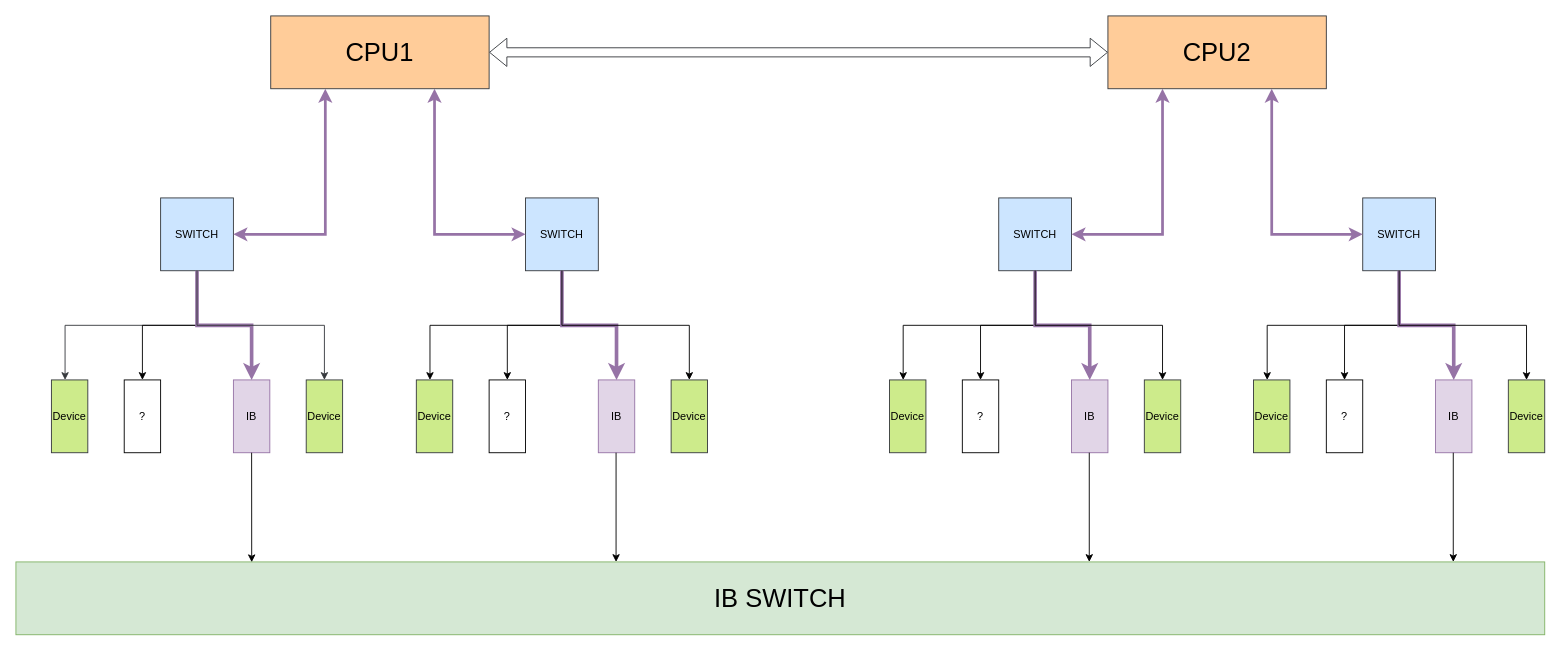
Above: OAM_net_ARC.drawio in BEYHHH/SBLP (draw.io), before the change. Source tidied: cells renumbered, new cells numbered last; positions are measured from the earlier drawing's top-left corner, leaving out a move shared by most shapes. Both pictures are drawn from the tidied source at 91%, with x=0, y=0 at pixel (15, 15).
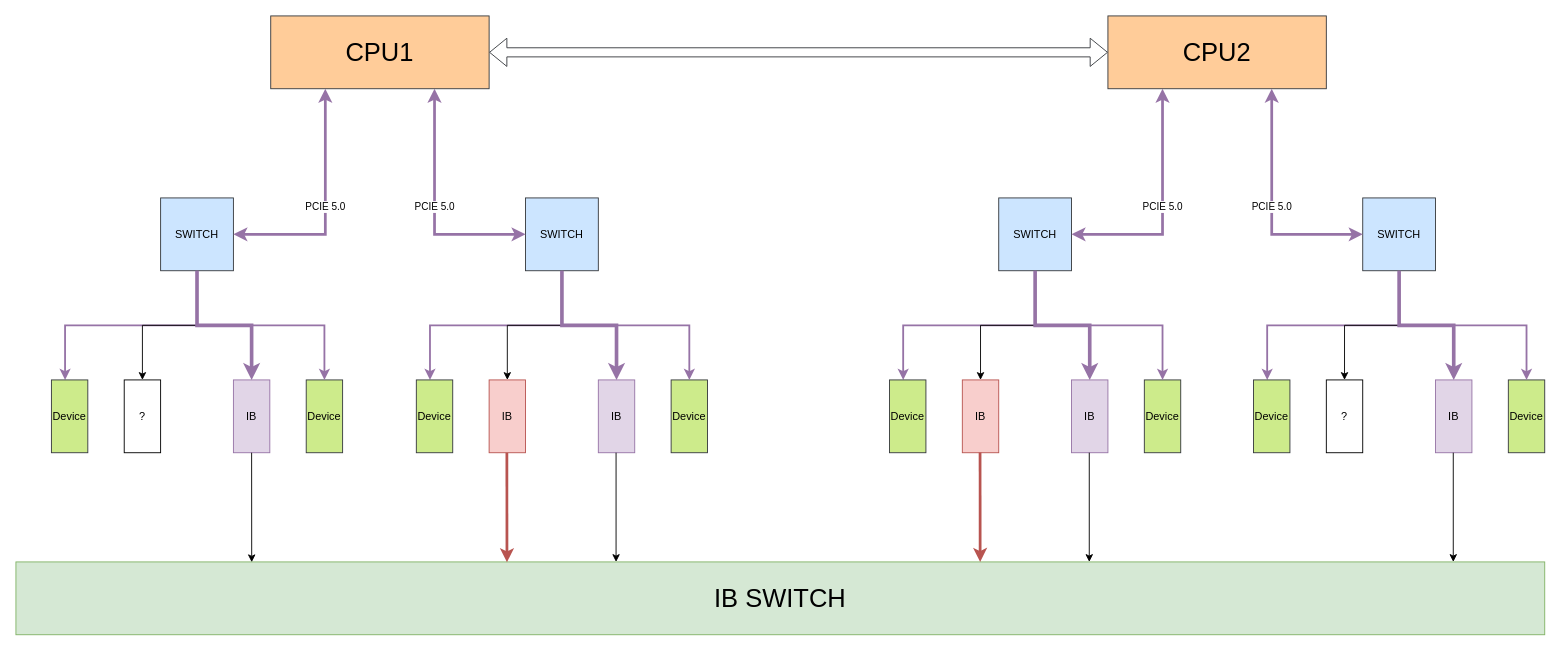
The same page after the edit.

The change refers to these unchanged cells:
```xml
<mxCell id="2" value="&lt;font style=&quot;font-size: 28px;&quot;&gt;CPU1&lt;/font&gt;" style="rounded=0;whiteSpace=wrap;html=1;fillColor=#ffcc99;strokeColor=#36393d;" parent="1" vertex="1">
  <mxGeometry x="280" width="240" height="80" as="geometry" />
</mxCell>
<mxCell id="5" value="SWITCH" style="rounded=0;whiteSpace=wrap;html=1;fillColor=#cce5ff;strokeColor=#36393d;" parent="1" vertex="1">
  <mxGeometry x="159" y="200" width="80" height="80" as="geometry" />
</mxCell>
<mxCell id="6" value="Device" style="rounded=0;whiteSpace=wrap;html=1;fillColor=#cdeb8b;strokeColor=#36393d;" parent="1" vertex="1">
  <mxGeometry x="39" y="400" width="40" height="80" as="geometry" />
</mxCell>
<mxCell id="10" value="Device" style="rounded=0;whiteSpace=wrap;html=1;fillColor=#cdeb8b;strokeColor=#36393d;" parent="1" vertex="1">
  <mxGeometry x="319" y="400" width="40" height="80" as="geometry" />
</mxCell>
<mxCell id="14" value="SWITCH" style="rounded=0;whiteSpace=wrap;html=1;fillColor=#cce5ff;strokeColor=#36393d;" parent="1" vertex="1">
  <mxGeometry x="560" y="200" width="80" height="80" as="geometry" />
</mxCell>
<mxCell id="15" value="Device" style="rounded=0;whiteSpace=wrap;html=1;fillColor=#cdeb8b;strokeColor=#36393d;" parent="1" vertex="1">
  <mxGeometry x="440" y="400" width="40" height="80" as="geometry" />
</mxCell>
<mxCell id="19" value="Device" style="rounded=0;whiteSpace=wrap;html=1;fillColor=#cdeb8b;strokeColor=#36393d;" parent="1" vertex="1">
  <mxGeometry x="720" y="400" width="40" height="80" as="geometry" />
</mxCell>
<mxCell id="23" value="&lt;font style=&quot;font-size: 28px;&quot;&gt;CPU2&lt;/font&gt;" style="rounded=0;whiteSpace=wrap;html=1;fillColor=#ffcc99;strokeColor=#36393d;" parent="1" vertex="1">
  <mxGeometry x="1200" width="240" height="80" as="geometry" />
</mxCell>
<mxCell id="26" value="SWITCH" style="rounded=0;whiteSpace=wrap;html=1;fillColor=#cce5ff;strokeColor=#36393d;" parent="1" vertex="1">
  <mxGeometry x="1080" y="200" width="80" height="80" as="geometry" />
</mxCell>
<mxCell id="27" value="Device" style="rounded=0;whiteSpace=wrap;html=1;fillColor=#cdeb8b;strokeColor=#36393d;" parent="1" vertex="1">
  <mxGeometry x="960" y="400" width="40" height="80" as="geometry" />
</mxCell>
<mxCell id="31" value="Device" style="rounded=0;whiteSpace=wrap;html=1;fillColor=#cdeb8b;strokeColor=#36393d;" parent="1" vertex="1">
  <mxGeometry x="1240" y="400" width="40" height="80" as="geometry" />
</mxCell>
<mxCell id="35" value="SWITCH" style="rounded=0;whiteSpace=wrap;html=1;fillColor=#cce5ff;strokeColor=#36393d;" parent="1" vertex="1">
  <mxGeometry x="1480" y="200" width="80" height="80" as="geometry" />
</mxCell>
<mxCell id="36" value="Device" style="rounded=0;whiteSpace=wrap;html=1;fillColor=#cdeb8b;strokeColor=#36393d;" parent="1" vertex="1">
  <mxGeometry x="1360" y="400" width="40" height="80" as="geometry" />
</mxCell>
<mxCell id="40" value="Device" style="rounded=0;whiteSpace=wrap;html=1;fillColor=#cdeb8b;strokeColor=#36393d;" parent="1" vertex="1">
  <mxGeometry x="1640" y="400" width="40" height="80" as="geometry" />
</mxCell>
```

Diff of the diagram source:
```diff
@@
-    <mxCell id="3" style="edgeStyle=orthogonalEdgeStyle;rounded=0;jettySize=auto;html=1;fillColor=#cdeb8b;strokeColor=#36393d;" parent="1" edge="1" source="5" target="6">
+    <mxCell id="3" style="edgeStyle=orthogonalEdgeStyle;rounded=0;jettySize=auto;html=1;fillColor=#e1d5e7;strokeColor=#9673a6;strokeWidth=2;" parent="1" edge="1" source="5" target="6">
       <mxGeometry relative="1" as="geometry">
         <Array as="points">
           <mxPoint x="199" y="340" />
           <mxPoint x="54" y="340" />
         </Array>
       </mxGeometry>
     </mxCell>
@@
-    <mxCell id="11" style="edgeStyle=orthogonalEdgeStyle;rounded=0;jettySize=auto;html=1;entryX=0.5;entryY=0;entryDx=0;entryDy=0;exitX=0.5;exitY=1;exitDx=0;exitDy=0;fillColor=#cdeb8b;strokeColor=#36393d;" parent="1" edge="1" source="5" target="10">
+    <mxCell id="11" style="edgeStyle=orthogonalEdgeStyle;rounded=0;jettySize=auto;html=1;entryX=0.5;entryY=0;entryDx=0;entryDy=0;exitX=0.5;exitY=1;exitDx=0;exitDy=0;fillColor=#e1d5e7;strokeColor=#9673a6;strokeWidth=2;" parent="1" edge="1" source="5" target="10">
       <mxGeometry relative="1" as="geometry">
         <Array as="points">
           <mxPoint x="199" y="340" />
           <mxPoint x="339" y="340" />
         </Array>
       </mxGeometry>
     </mxCell>
-    <mxCell id="12" style="edgeStyle=orthogonalEdgeStyle;rounded=0;jettySize=auto;html=1;" parent="1" edge="1" source="14" target="15">
+    <mxCell id="12" style="edgeStyle=orthogonalEdgeStyle;rounded=0;jettySize=auto;html=1;fillColor=#e1d5e7;strokeColor=#9673a6;strokeWidth=2;" parent="1" edge="1" source="14" target="15">
       <mxGeometry relative="1" as="geometry">
         <Array as="points">
           <mxPoint x="600" y="340" />
           <mxPoint x="455" y="340" />
         </Array>
       </mxGeometry>
     </mxCell>
@@
-    <mxCell id="16" value="?" style="rounded=0;whiteSpace=wrap;html=1;" parent="1" vertex="1">
+    <mxCell id="16" value="IB" style="rounded=0;whiteSpace=wrap;html=1;fillColor=#f8cecc;strokeColor=#b85450;" parent="1" vertex="1">
       <mxGeometry x="520" y="400" width="40" height="80" as="geometry" />
     </mxCell>
@@
-    <mxCell id="20" style="edgeStyle=orthogonalEdgeStyle;rounded=0;jettySize=auto;html=1;entryX=0.5;entryY=0;entryDx=0;entryDy=0;exitX=0.5;exitY=1;exitDx=0;exitDy=0;" parent="1" edge="1" source="14" target="19">
+    <mxCell id="20" style="edgeStyle=orthogonalEdgeStyle;rounded=0;jettySize=auto;html=1;entryX=0.5;entryY=0;entryDx=0;entryDy=0;exitX=0.5;exitY=1;exitDx=0;exitDy=0;fillColor=#e1d5e7;strokeColor=#9673a6;strokeWidth=2;" parent="1" edge="1" source="14" target="19">
       <mxGeometry relative="1" as="geometry">
         <Array as="points">
           <mxPoint x="600" y="340" />
           <mxPoint x="740" y="340" />
         </Array>
       </mxGeometry>
     </mxCell>
-    <mxCell id="21" style="endArrow=classic;startArrow=classic;html=1;rounded=0;entryX=0.75;entryY=1;entryDx=0;entryDy=0;exitX=0;exitY=0.5;exitDx=0;exitDy=0;strokeWidth=3;fillColor=#e1d5e7;strokeColor=#9673a6;" parent="1" edge="1" source="14" target="2">
+    <mxCell id="21" value="PCIE 5.0" style="endArrow=classic;startArrow=classic;html=1;rounded=0;entryX=0.75;entryY=1;entryDx=0;entryDy=0;exitX=0;exitY=0.5;exitDx=0;exitDy=0;strokeWidth=3;fillColor=#e1d5e7;strokeColor=#9673a6;" parent="1" edge="1" source="14" target="2">
       <mxGeometry relative="1" as="geometry">
         <Array as="points">
           <mxPoint x="460" y="240" />
         </Array>
       </mxGeometry>
     </mxCell>
-    <mxCell id="22" style="endArrow=classic;startArrow=classic;html=1;rounded=0;entryX=0.25;entryY=1;entryDx=0;entryDy=0;strokeWidth=3;fillColor=#e1d5e7;strokeColor=#9673a6;" parent="1" edge="1" source="5" target="2">
+    <mxCell id="22" value="PCIE 5.0" style="endArrow=classic;startArrow=classic;html=1;rounded=0;entryX=0.25;entryY=1;entryDx=0;entryDy=0;strokeWidth=3;fillColor=#e1d5e7;strokeColor=#9673a6;" parent="1" edge="1" source="5" target="2">
       <mxGeometry relative="1" as="geometry">
         <Array as="points">
           <mxPoint x="340" y="240" />
         </Array>
       </mxGeometry>
     </mxCell>
@@
-    <mxCell id="24" style="edgeStyle=orthogonalEdgeStyle;rounded=0;jettySize=auto;html=1;" parent="1" edge="1" source="26" target="27">
+    <mxCell id="24" style="edgeStyle=orthogonalEdgeStyle;rounded=0;jettySize=auto;html=1;fillColor=#e1d5e7;strokeColor=#9673a6;strokeWidth=2;" parent="1" edge="1" source="26" target="27">
       <mxGeometry relative="1" as="geometry">
         <Array as="points">
           <mxPoint x="1120" y="340" />
           <mxPoint x="975" y="340" />
         </Array>
       </mxGeometry>
     </mxCell>
@@
-    <mxCell id="28" value="?" style="rounded=0;whiteSpace=wrap;html=1;" parent="1" vertex="1">
+    <mxCell id="28" value="IB" style="rounded=0;whiteSpace=wrap;html=1;fillColor=#f8cecc;strokeColor=#b85450;" parent="1" vertex="1">
       <mxGeometry x="1040" y="400" width="40" height="80" as="geometry" />
     </mxCell>
@@
-    <mxCell id="32" style="edgeStyle=orthogonalEdgeStyle;rounded=0;jettySize=auto;html=1;entryX=0.5;entryY=0;entryDx=0;entryDy=0;exitX=0.5;exitY=1;exitDx=0;exitDy=0;" parent="1" edge="1" source="26" target="31">
+    <mxCell id="32" style="edgeStyle=orthogonalEdgeStyle;rounded=0;jettySize=auto;html=1;entryX=0.5;entryY=0;entryDx=0;entryDy=0;exitX=0.5;exitY=1;exitDx=0;exitDy=0;fillColor=#e1d5e7;strokeColor=#9673a6;strokeWidth=2;" parent="1" edge="1" source="26" target="31">
       <mxGeometry relative="1" as="geometry">
         <Array as="points">
           <mxPoint x="1120" y="340" />
           <mxPoint x="1260" y="340" />
         </Array>
       </mxGeometry>
     </mxCell>
-    <mxCell id="33" style="edgeStyle=orthogonalEdgeStyle;rounded=0;jettySize=auto;html=1;" parent="1" edge="1" source="35" target="36">
+    <mxCell id="33" style="edgeStyle=orthogonalEdgeStyle;rounded=0;jettySize=auto;html=1;fillColor=#e1d5e7;strokeColor=#9673a6;strokeWidth=2;" parent="1" edge="1" source="35" target="36">
       <mxGeometry relative="1" as="geometry">
         <Array as="points">
           <mxPoint x="1520" y="340" />
           <mxPoint x="1375" y="340" />
         </Array>
       </mxGeometry>
     </mxCell>
@@
-    <mxCell id="41" style="edgeStyle=orthogonalEdgeStyle;rounded=0;jettySize=auto;html=1;entryX=0.5;entryY=0;entryDx=0;entryDy=0;exitX=0.5;exitY=1;exitDx=0;exitDy=0;" parent="1" edge="1" source="35" target="40">
+    <mxCell id="41" style="edgeStyle=orthogonalEdgeStyle;rounded=0;jettySize=auto;html=1;entryX=0.5;entryY=0;entryDx=0;entryDy=0;exitX=0.5;exitY=1;exitDx=0;exitDy=0;fillColor=#e1d5e7;strokeColor=#9673a6;strokeWidth=2;" parent="1" edge="1" source="35" target="40">
       <mxGeometry relative="1" as="geometry">
         <Array as="points">
           <mxPoint x="1520" y="340" />
           <mxPoint x="1660" y="340" />
         </Array>
       </mxGeometry>
     </mxCell>
-    <mxCell id="42" style="endArrow=classic;startArrow=classic;html=1;rounded=0;entryX=0.75;entryY=1;entryDx=0;entryDy=0;exitX=0;exitY=0.5;exitDx=0;exitDy=0;strokeWidth=3;fillColor=#e1d5e7;strokeColor=#9673a6;" parent="1" edge="1" source="35" target="23">
+    <mxCell id="42" value="PCIE 5.0" style="endArrow=classic;startArrow=classic;html=1;rounded=0;entryX=0.75;entryY=1;entryDx=0;entryDy=0;exitX=0;exitY=0.5;exitDx=0;exitDy=0;strokeWidth=3;fillColor=#e1d5e7;strokeColor=#9673a6;" parent="1" edge="1" source="35" target="23">
       <mxGeometry relative="1" as="geometry">
         <Array as="points">
           <mxPoint x="1380" y="240" />
         </Array>
       </mxGeometry>
     </mxCell>
-    <mxCell id="43" style="endArrow=classic;startArrow=classic;html=1;rounded=0;entryX=0.25;entryY=1;entryDx=0;entryDy=0;strokeWidth=3;fillColor=#e1d5e7;strokeColor=#9673a6;" parent="1" edge="1" source="26" target="23">
+    <mxCell id="43" value="PCIE 5.0" style="endArrow=classic;startArrow=classic;html=1;rounded=0;entryX=0.25;entryY=1;entryDx=0;entryDy=0;strokeWidth=3;fillColor=#e1d5e7;strokeColor=#9673a6;" parent="1" edge="1" source="26" target="23">
       <mxGeometry relative="1" as="geometry">
         <Array as="points">
           <mxPoint x="1260" y="240" />
         </Array>
       </mxGeometry>
     </mxCell>
@@
+    <mxCell id="50" style="endArrow=classic;html=1;rounded=0;exitX=0.5;exitY=1;exitDx=0;exitDy=0;entryX=0.131;entryY=0.004;entryDx=0;entryDy=0;entryPerimeter=0;fillColor=#f8cecc;strokeColor=#b85450;strokeWidth=3;" parent="1" edge="1">
+      <mxGeometry relative="1" as="geometry">
+        <mxPoint x="539.5" y="480" as="sourcePoint" />
+        <mxPoint x="539.6" y="600.3" as="targetPoint" />
+      </mxGeometry>
+    </mxCell>
+    <mxCell id="51" style="endArrow=classic;html=1;rounded=0;exitX=0.5;exitY=1;exitDx=0;exitDy=0;entryX=0.131;entryY=0.004;entryDx=0;entryDy=0;entryPerimeter=0;fillColor=#f8cecc;strokeColor=#b85450;strokeWidth=3;" parent="1" edge="1">
+      <mxGeometry relative="1" as="geometry">
+        <mxPoint x="1059.5" y="479.7" as="sourcePoint" />
+        <mxPoint x="1059.6" y="600" as="targetPoint" />
+      </mxGeometry>
+    </mxCell>
```
